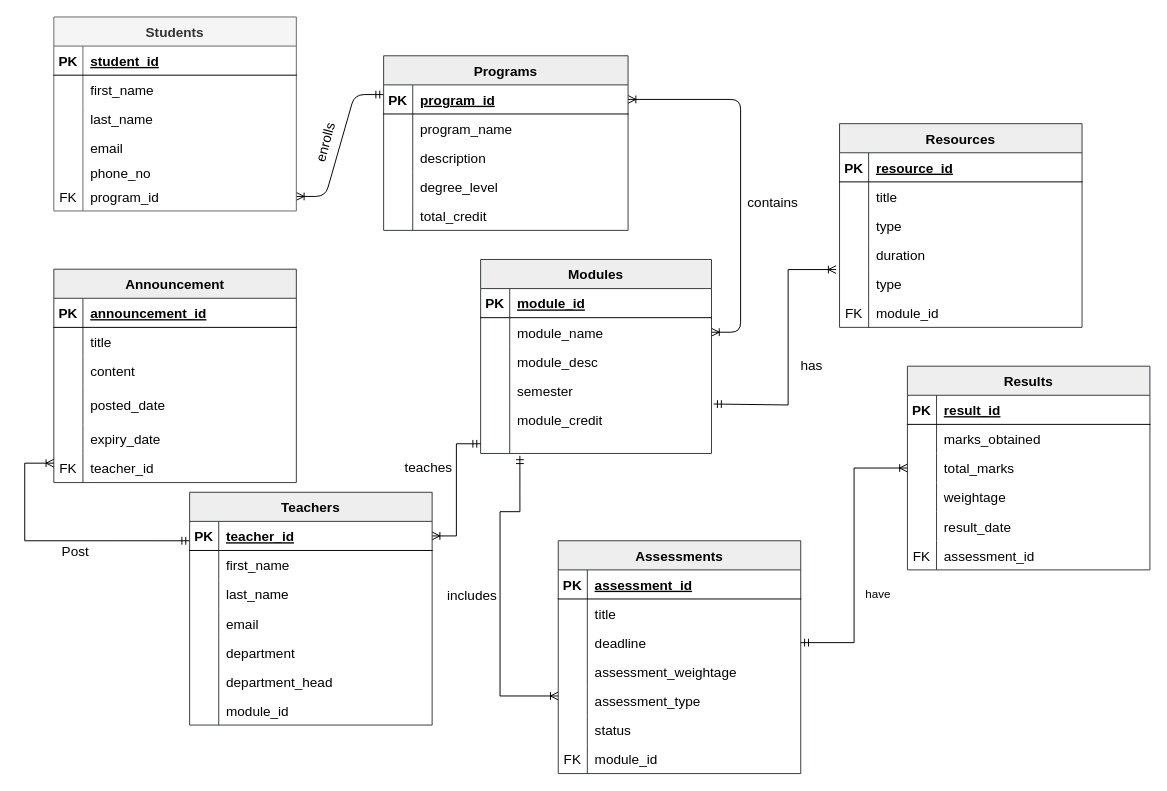
Before: Database.drawio in pawal-karki/DRAW.IO, a draw.io diagram. Source tidied: cells renumbered, new cells numbered last; positions are measured from the earlier drawing's top-left corner, leaving out a move shared by most shapes. Both pictures are drawn from the tidied source at 97%, with x=0, y=0 at pixel (24, 16).
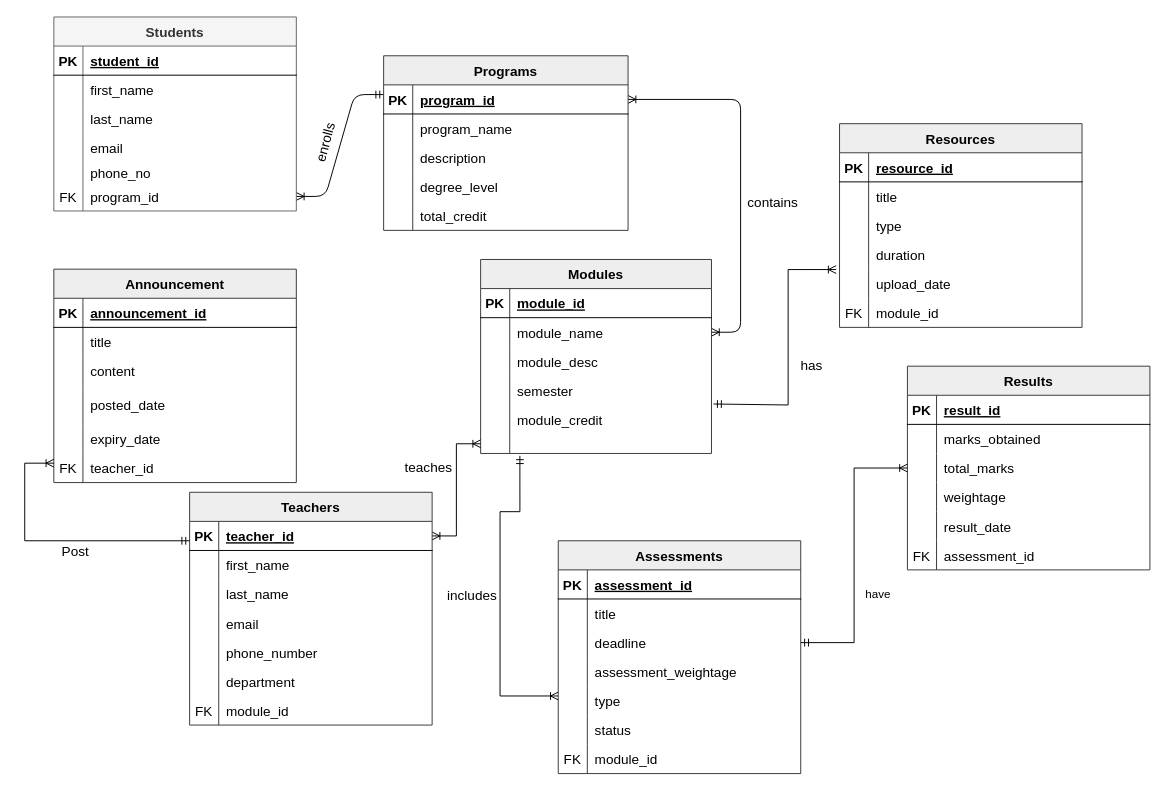
Above is the later version.

The change refers to these unchanged cells:
```xml
<mxCell id="38" style="shape=partialRectangle;fillColor=none;points=[[0,0.5],[1,0.5]];portConstraint=eastwest;top=0;left=0;right=0;bottom=0;fontSize=14;" parent="22" vertex="1">
  <mxGeometry y="180" width="238" height="20" as="geometry" />
</mxCell>
<mxCell id="82" style="shape=partialRectangle;fillColor=none;points=[[0,0.5],[1,0.5]];portConstraint=eastwest;top=0;left=0;right=0;bottom=1;fontSize=14;" parent="81" vertex="1">
  <mxGeometry y="30" width="250" height="30" as="geometry" />
</mxCell>
<mxCell id="94" style="shape=partialRectangle;fillColor=none;top=0;left=0;right=0;bottom=0;fontSize=14;" parent="81" vertex="1">
  <mxGeometry y="150" width="250" height="30" as="geometry" />
</mxCell>
<mxCell id="97" style="shape=partialRectangle;fillColor=none;top=0;left=0;right=0;bottom=0;fontSize=14;" parent="81" vertex="1">
  <mxGeometry y="180" width="250" height="30" as="geometry" />
</mxCell>
<mxCell id="100" style="shape=partialRectangle;fillColor=none;top=0;left=0;right=0;bottom=0;fontSize=14;" parent="81" vertex="1">
  <mxGeometry y="210" width="250" height="30" as="geometry" />
</mxCell>
<mxCell id="118" style="shape=partialRectangle;fillColor=none;points=[[0,0.5],[1,0.5]];portConstraint=eastwest;top=0;left=0;right=0;bottom=0;fontSize=14;" parent="105" vertex="1">
  <mxGeometry y="150" width="250" height="30" as="geometry" />
</mxCell>
<mxCell id="140" style="shape=partialRectangle;fillColor=none;points=[[0,0.5],[1,0.5]];portConstraint=eastwest;top=0;left=0;right=0;bottom=0;fontSize=14;" parent="127" vertex="1">
  <mxGeometry y="150" width="250" height="30" as="geometry" />
</mxCell>
```

The edit, as a diff of the source:
```diff
@@
-    <mxCell id="79" style="edgeStyle=orthogonalEdgeStyle;rounded=0;jettySize=auto;html=1;entryX=1;entryY=0.5;entryDx=0;entryDy=0;startArrow=ERmandOne;startFill=0;endArrow=ERoneToMany;endFill=0;exitX=0;exitY=0.5;exitDx=0;exitDy=0;fontSize=14;" parent="1" edge="1" source="38" target="82">
+    <mxCell id="79" style="edgeStyle=orthogonalEdgeStyle;rounded=0;jettySize=auto;html=1;entryX=1;entryY=0.5;entryDx=0;entryDy=0;startArrow=ERoneToMany;startFill=0;endArrow=ERoneToMany;endFill=0;exitX=0;exitY=0.5;exitDx=0;exitDy=0;fontSize=14;" parent="1" edge="1" source="38" target="82">
       <mxGeometry relative="1" as="geometry" />
     </mxCell>
@@
-    <mxCell id="96" value="department" style="shape=partialRectangle;overflow=hidden;fillColor=none;top=0;left=0;bottom=0;right=0;align=left;spacingLeft=6;fontSize=14;" parent="94" vertex="1">
+    <mxCell id="96" value="phone_number" style="shape=partialRectangle;overflow=hidden;fillColor=none;top=0;left=0;bottom=0;right=0;align=left;spacingLeft=6;fontSize=14;" parent="94" vertex="1">
       <mxGeometry x="30" width="220" height="30" as="geometry" />
     </mxCell>
@@
-    <mxCell id="99" value="department_head" style="shape=partialRectangle;overflow=hidden;fillColor=none;top=0;left=0;bottom=0;right=0;align=left;spacingLeft=6;fontSize=14;" parent="97" vertex="1">
+    <mxCell id="99" value="department" style="shape=partialRectangle;overflow=hidden;fillColor=none;top=0;left=0;bottom=0;right=0;align=left;spacingLeft=6;fontSize=14;" parent="97" vertex="1">
       <mxGeometry x="30" width="220" height="30" as="geometry" />
     </mxCell>
@@
-    <mxCell id="101" style="shape=partialRectangle;overflow=hidden;fillColor=none;top=0;left=0;bottom=0;right=0;fontSize=14;" parent="100" vertex="1">
+    <mxCell id="101" value="FK" style="shape=partialRectangle;overflow=hidden;fillColor=none;top=0;left=0;bottom=0;right=0;fontSize=14;" parent="100" vertex="1">
       <mxGeometry width="30" height="30" as="geometry" />
     </mxCell>
@@
-    <mxCell id="120" value="assessment_type" style="shape=partialRectangle;overflow=hidden;fillColor=none;top=0;left=0;bottom=0;right=0;align=left;spacingLeft=6;fontSize=14;" parent="118" vertex="1">
+    <mxCell id="120" value="type" style="shape=partialRectangle;overflow=hidden;fillColor=none;top=0;left=0;bottom=0;right=0;align=left;spacingLeft=6;fontSize=14;" parent="118" vertex="1">
       <mxGeometry x="30" width="220" height="30" as="geometry" />
     </mxCell>
@@
-    <mxCell id="142" value="type" style="shape=partialRectangle;overflow=hidden;fillColor=none;top=0;left=0;bottom=0;right=0;align=left;spacingLeft=6;fontSize=14;" parent="140" vertex="1">
+    <mxCell id="142" value="upload_date" style="shape=partialRectangle;overflow=hidden;fillColor=none;top=0;left=0;bottom=0;right=0;align=left;spacingLeft=6;fontSize=14;" parent="140" vertex="1">
       <mxGeometry x="30" width="220" height="30" as="geometry" />
     </mxCell>
```
